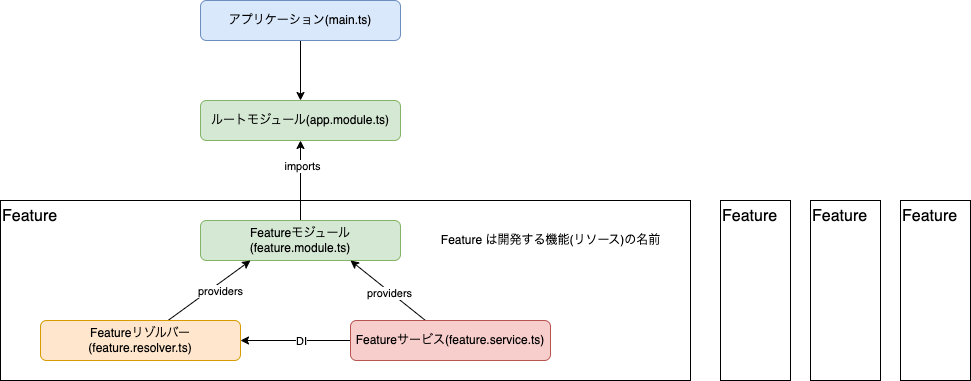
Before: api/nestjs-architecture.drawio.png, a diagram exported from draw.io (takiguchi-yu/udemy-nestjs-react-graphql). Source tidied: cells renumbered, new cells last; positions are measured from the earlier drawing's top-left corner, leaving out a move shared by most shapes.
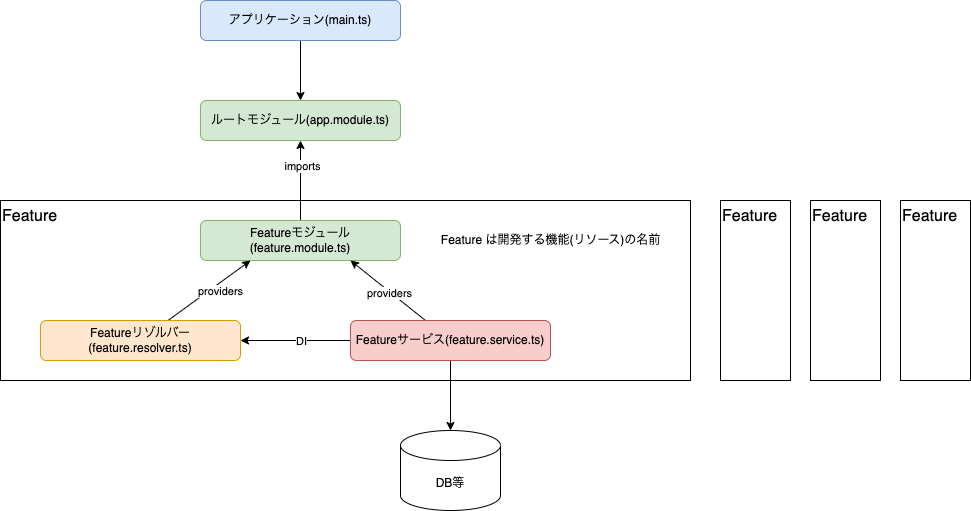
After the change.

Diff of the diagram source:
```diff
@@ -37,6 +37,9 @@
         <mxPoint x="-13" y="2" as="offset" />
       </mxGeometry>
     </mxCell>
+    <mxCell id="20" style="edgeStyle=none;html=1;entryX=0.5;entryY=0;entryDx=0;entryDy=0;entryPerimeter=0;" parent="1" edge="1" source="13" target="21">
+      <mxGeometry relative="1" as="geometry" />
+    </mxCell>
     <mxCell id="13" value="Featureサービス(feature.service.ts)" style="rounded=1;whiteSpace=wrap;html=1;fillColor=#f8cecc;strokeColor=#b85450;" parent="1" vertex="1">
       <mxGeometry x="350" y="320" width="200" height="40" as="geometry" />
     </mxCell>
@@ -60,5 +63,8 @@
     <mxCell id="19" value="Feature" style="rounded=0;whiteSpace=wrap;html=1;fillColor=none;align=left;verticalAlign=top;fontSize=16;" parent="1" vertex="1">
       <mxGeometry x="900" y="200" width="70" height="180" as="geometry" />
     </mxCell>
+    <mxCell id="21" value="DB等" style="shape=cylinder3;whiteSpace=wrap;html=1;boundedLbl=1;backgroundOutline=1;size=15;" parent="1" vertex="1">
+      <mxGeometry x="400" y="430" width="100" height="80" as="geometry" />
+    </mxCell>
   </root>
 </mxGraphModel>
```
